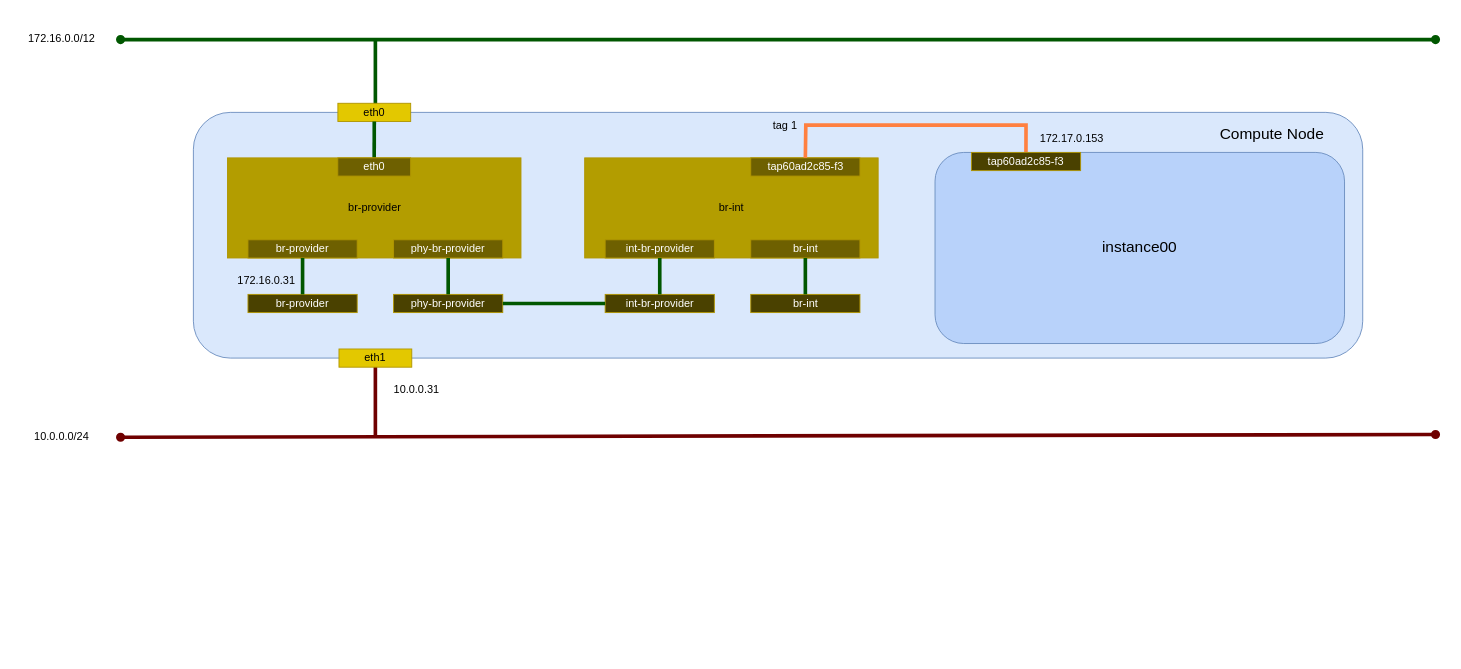
Above: _static/image/network_flat_instance_ovs.drawio in 9506hqwy/openstack_study_notes (draw.io), before the change. Source tidied: cells renumbered, new cells numbered last; positions are measured from the earlier drawing's top-left corner, leaving out a move shared by most shapes. Both pictures are drawn from the tidied source at 91%, with x=0, y=0 at pixel (15, 25).
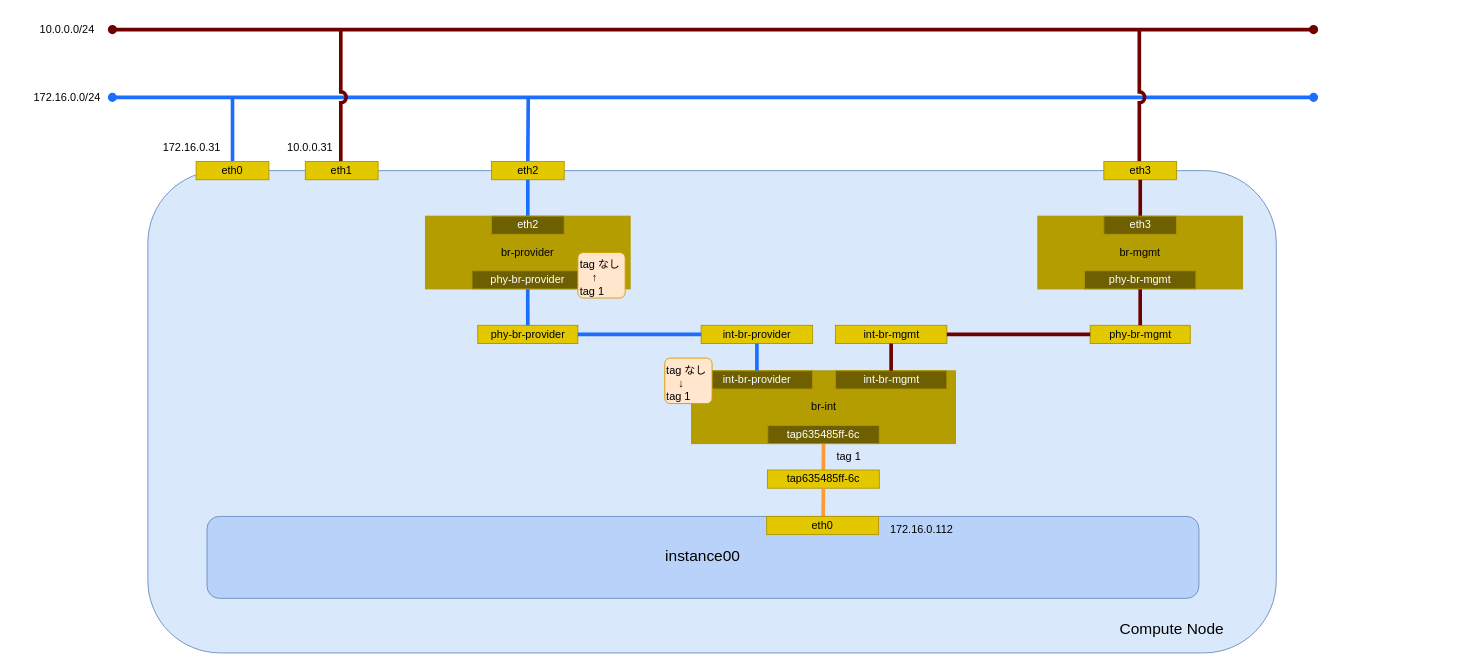
The same diagram, later.

Change to the diagram source:
```diff
@@
-    <mxCell id="2" style="endArrow=oval;html=1;rounded=0;startArrow=oval;startFill=1;endFill=1;strokeWidth=4;fillColor=#a20025;strokeColor=#6F0000;" parent="1" edge="1">
-      <mxGeometry relative="1" as="geometry">
-        <mxPoint x="115" y="453" as="sourcePoint" />
-        <mxPoint x="1560" y="450" as="targetPoint" />
-      </mxGeometry>
-    </mxCell>
-    <mxCell id="3" style="endArrow=oval;html=1;rounded=0;startArrow=oval;startFill=1;endFill=1;strokeWidth=4;fillColor=#008a00;strokeColor=#005700;" parent="1" edge="1">
-      <mxGeometry relative="1" as="geometry">
-        <mxPoint x="115" y="16" as="sourcePoint" />
-        <mxPoint x="1560" y="16" as="targetPoint" />
-      </mxGeometry>
-    </mxCell>
-    <mxCell id="4" value="172.16.0.0/12" style="text;html=1;align=center;verticalAlign=middle;strokeColor=none;fillColor=none;" parent="1" vertex="1">
-      <mxGeometry width="100" height="30" as="geometry" />
-    </mxCell>
+    <mxCell id="40" style="endArrow=oval;html=1;rounded=0;startArrow=oval;startFill=1;endFill=1;strokeWidth=4;fillColor=#a20025;strokeColor=#6F0000;" parent="1" edge="1">
+      <mxGeometry relative="1" as="geometry">
+        <mxPoint x="106" y="5" as="sourcePoint" />
+        <mxPoint x="1426" y="5" as="targetPoint" />
+      </mxGeometry>
+    </mxCell>
     <mxCell id="5" value="10.0.0.0/24" style="text;html=1;align=center;verticalAlign=middle;strokeColor=none;fillColor=none;" parent="1" vertex="1">
-      <mxGeometry x="10" y="438" width="80" height="30" as="geometry" />
+      <mxGeometry x="16" y="-10" width="80" height="30" as="geometry" />
     </mxCell>
-    <mxCell id="6" style="endArrow=none;html=1;rounded=0;startArrow=none;startFill=0;endFill=0;strokeWidth=4;fillColor=#008a00;strokeColor=#005700;exitX=0.5;exitY=1;exitDx=0;exitDy=0;" parent="1" edge="1">
-      <mxGeometry relative="1" as="geometry">
-        <mxPoint x="395" y="16" as="sourcePoint" />
-        <mxPoint x="395" y="96" as="targetPoint" />
-      </mxGeometry>
-    </mxCell>
-    <mxCell id="7" style="endArrow=none;html=1;rounded=0;startArrow=none;startFill=0;endFill=0;strokeWidth=4;fillColor=#a20025;strokeColor=#6F0000;exitX=0.5;exitY=1;exitDx=0;exitDy=0;" parent="1" edge="1">
-      <mxGeometry relative="1" as="geometry">
-        <mxPoint x="395" y="373" as="sourcePoint" />
-        <mxPoint x="395" y="453" as="targetPoint" />
-      </mxGeometry>
-    </mxCell>
+    <mxCell id="41" style="endArrow=oval;html=1;rounded=0;startArrow=oval;startFill=1;endFill=1;strokeWidth=4;fillColor=#a20025;strokeColor=#1C6EFF;" parent="1" edge="1">
+      <mxGeometry relative="1" as="geometry">
+        <mxPoint x="106" y="79.5" as="sourcePoint" />
+        <mxPoint x="1426" y="79.5" as="targetPoint" />
+      </mxGeometry>
+    </mxCell>
+    <mxCell id="42" value="172.16.0.0/24" style="text;html=1;align=center;verticalAlign=middle;strokeColor=none;fillColor=none;" parent="1" vertex="1">
+      <mxGeometry x="6" y="65" width="100" height="30" as="geometry" />
+    </mxCell>
+    <mxCell id="43" style="endArrow=none;html=1;rounded=0;startArrow=none;startFill=0;endFill=0;strokeWidth=4;fillColor=#a20025;strokeColor=#1C6EFF;jumpStyle=arc;" parent="1" edge="1">
+      <mxGeometry relative="1" as="geometry">
+        <mxPoint x="238" y="80" as="sourcePoint" />
+        <mxPoint x="238" y="160" as="targetPoint" />
+      </mxGeometry>
+    </mxCell>
+    <mxCell id="44" style="endArrow=none;html=1;rounded=0;startArrow=none;startFill=0;endFill=0;strokeWidth=4;fillColor=#a20025;strokeColor=#1C6EFF;jumpStyle=arc;" parent="1" edge="1">
+      <mxGeometry relative="1" as="geometry">
+        <mxPoint x="563" y="80" as="sourcePoint" />
+        <mxPoint x="562.5" y="150" as="targetPoint" />
+      </mxGeometry>
+    </mxCell>
+    <mxCell id="45" style="endArrow=none;html=1;rounded=0;startArrow=none;startFill=0;endFill=0;strokeWidth=4;fillColor=#a20025;strokeColor=#6F0000;jumpStyle=arc;" parent="1" edge="1">
+      <mxGeometry relative="1" as="geometry">
+        <mxPoint x="1234.5" y="6" as="sourcePoint" />
+        <mxPoint x="1234.5" y="160" as="targetPoint" />
+      </mxGeometry>
+    </mxCell>
+    <mxCell id="46" style="endArrow=none;html=1;rounded=0;startArrow=none;startFill=0;endFill=0;strokeWidth=4;fillColor=#a20025;strokeColor=#6F0000;jumpStyle=arc;" parent="1" edge="1">
+      <mxGeometry relative="1" as="geometry">
+        <mxPoint x="357" y="4" as="sourcePoint" />
+        <mxPoint x="357" y="160" as="targetPoint" />
+      </mxGeometry>
+    </mxCell>
@@
-    <mxCell id="9" style="rounded=1;whiteSpace=wrap;html=1;fillColor=#dae8fc;strokeColor=#6c8ebf;align=center;horizontal=1;" parent="8" vertex="1">
-      <mxGeometry x="195" y="96" width="1285" height="270" as="geometry" />
-    </mxCell>
+    <mxCell id="47" style="rounded=1;whiteSpace=wrap;html=1;fillColor=#dae8fc;strokeColor=#6c8ebf;" parent="8" vertex="1">
+      <mxGeometry x="145" y="160" width="1240" height="530" as="geometry" />
+    </mxCell>
     <mxCell id="10" value="eth1" style="rounded=0;whiteSpace=wrap;html=1;fillColor=#e3c800;fontColor=#000000;strokeColor=#B09500;" parent="8" vertex="1">
-      <mxGeometry x="355" y="356" width="80" height="20" as="geometry" />
+      <mxGeometry x="318" y="150" width="80" height="20" as="geometry" />
     </mxCell>
-    <mxCell id="11" value="eth0" style="rounded=0;whiteSpace=wrap;html=1;fillColor=#e3c800;fontColor=#000000;strokeColor=#B09500;" parent="8" vertex="1">
-      <mxGeometry x="353.8" y="86" width="80" height="20" as="geometry" />
-    </mxCell>
+    <mxCell id="48" value="eth0" style="rounded=0;whiteSpace=wrap;html=1;fillColor=#e3c800;fontColor=#000000;strokeColor=#B09500;" parent="8" vertex="1">
+      <mxGeometry x="198" y="150" width="80" height="20" as="geometry" />
+    </mxCell>
+    <mxCell id="13" value="172.16.0.31" style="text;html=1;align=center;verticalAlign=middle;strokeColor=none;fillColor=none;" parent="8" vertex="1">
+      <mxGeometry x="148" y="120" width="90" height="30" as="geometry" />
+    </mxCell>
+    <mxCell id="49" value="eth2" style="rounded=0;whiteSpace=wrap;html=1;fillColor=#e3c800;fontColor=#000000;strokeColor=#B09500;" parent="8" vertex="1">
+      <mxGeometry x="522.5" y="150" width="80" height="20" as="geometry" />
+    </mxCell>
+    <mxCell id="50" value="&lt;div&gt;eth3&lt;/div&gt;" style="rounded=0;whiteSpace=wrap;html=1;fillColor=#e3c800;fontColor=#000000;strokeColor=#B09500;" parent="8" vertex="1">
+      <mxGeometry x="1195.5" y="150" width="80" height="20" as="geometry" />
+    </mxCell>
     <mxCell id="12" value="10.0.0.31" style="text;html=1;align=center;verticalAlign=middle;strokeColor=none;fillColor=none;" parent="8" vertex="1">
-      <mxGeometry x="405" y="386" width="70" height="30" as="geometry" />
+      <mxGeometry x="288" y="120" width="70" height="30" as="geometry" />
     </mxCell>
-    <mxCell id="13" value="172.16.0.31" style="text;html=1;align=center;verticalAlign=middle;strokeColor=none;fillColor=none;" parent="8" vertex="1">
-      <mxGeometry x="230" y="266" width="90" height="30" as="geometry" />
-    </mxCell>
     <mxCell id="14" value="&lt;font style=&quot;font-size: 17px;&quot;&gt;Compute Node&lt;/font&gt;" style="text;html=1;align=center;verticalAlign=middle;strokeColor=none;fillColor=none;" parent="8" vertex="1">
-      <mxGeometry x="1310" y="106" width="140" height="30" as="geometry" />
+      <mxGeometry x="1200" y="650" width="140" height="30" as="geometry" />
     </mxCell>
-    <mxCell id="15" style="endArrow=none;html=1;rounded=0;startArrow=none;startFill=0;endFill=0;strokeWidth=4;fillColor=#008a00;strokeColor=#005700;exitX=0.5;exitY=1;exitDx=0;exitDy=0;entryX=0.5;entryY=0;entryDx=0;entryDy=0;" parent="8" edge="1" source="11" target="18">
-      <mxGeometry relative="1" as="geometry" />
-    </mxCell>
-    <mxCell id="16" style="group;" parent="8" vertex="1">
-      <mxGeometry x="232.5" y="146" width="322.5" height="110" as="geometry" />
-    </mxCell>
-    <mxCell id="17" value="br-provider" style="rounded=0;whiteSpace=wrap;html=1;fillColor=#B39D00;fontColor=#000000;strokeColor=#B09500;" parent="16" vertex="1">
-      <mxGeometry width="322.5" height="110" as="geometry" />
+    <mxCell id="17" value="br-provider" style="rounded=0;whiteSpace=wrap;html=1;fillColor=#B39D00;fontColor=#000000;strokeColor=#B09500;" parent="8" vertex="1">
+      <mxGeometry x="450" y="210" width="225" height="80" as="geometry" />
     </mxCell>
-    <mxCell id="18" value="&lt;font color=&quot;#ffffff&quot;&gt;eth0&lt;/font&gt;" style="rounded=0;whiteSpace=wrap;html=1;fillColor=#6E6000;fontColor=#000000;strokeColor=#B09500;" parent="16" vertex="1">
-      <mxGeometry x="121.2" width="80" height="20" as="geometry" />
-    </mxCell>
+    <mxCell id="25" value="phy-br-provider" style="rounded=0;whiteSpace=wrap;html=1;fillColor=#e3c800;fontColor=#000000;strokeColor=#B09500;" parent="8" vertex="1">
+      <mxGeometry x="507.5" y="330" width="110" height="20" as="geometry" />
+    </mxCell>
+    <mxCell id="51" style="endArrow=none;html=1;rounded=0;startArrow=none;startFill=0;endFill=0;strokeWidth=4;fillColor=#a20025;strokeColor=#1C6EFF;jumpStyle=arc;entryX=0.5;entryY=0;entryDx=0;entryDy=0;exitX=0.5;exitY=1;exitDx=0;exitDy=0;" parent="8" edge="1" source="49" target="52">
+      <mxGeometry relative="1" as="geometry" />
+    </mxCell>
+    <mxCell id="29" style="endArrow=none;html=1;rounded=0;startArrow=none;startFill=0;endFill=0;strokeWidth=4;fillColor=#a20025;strokeColor=#1C6EFF;jumpStyle=arc;entryX=0.5;entryY=0;entryDx=0;entryDy=0;exitX=0.5;exitY=1;exitDx=0;exitDy=0;" parent="8" edge="1" source="19" target="25">
+      <mxGeometry relative="1" as="geometry" />
+    </mxCell>
+    <mxCell id="52" value="&lt;font color=&quot;#ffffff&quot;&gt;eth2&lt;/font&gt;" style="rounded=0;whiteSpace=wrap;html=1;fillColor=#6E6000;fontColor=#000000;strokeColor=#B09500;" parent="8" vertex="1">
+      <mxGeometry x="522.5" y="210" width="80" height="20" as="geometry" />
+    </mxCell>
-    <mxCell id="19" value="&lt;font color=&quot;#ffffff&quot;&gt;phy-br-provider&lt;/font&gt;" style="rounded=0;whiteSpace=wrap;html=1;fillColor=#6E6000;fontColor=#000000;strokeColor=#B09500;" parent="16" vertex="1">
-      <mxGeometry x="182.5" y="90" width="120" height="20" as="geometry" />
+    <mxCell id="19" value="&lt;font color=&quot;#ffffff&quot;&gt;phy-br-provider&lt;/font&gt;" style="rounded=0;whiteSpace=wrap;html=1;fillColor=#6E6000;fontColor=#000000;strokeColor=#B09500;" parent="8" vertex="1">
+      <mxGeometry x="501.2" y="270" width="122.5" height="20" as="geometry" />
     </mxCell>
-    <mxCell id="20" value="&lt;font color=&quot;#ffffff&quot;&gt;br-provider&lt;/font&gt;" style="rounded=0;whiteSpace=wrap;html=1;fillColor=#6E6000;fontColor=#000000;strokeColor=#B09500;" parent="16" vertex="1">
-      <mxGeometry x="22.5" y="90" width="120" height="20" as="geometry" />
-    </mxCell>
+    <mxCell id="53" value="br-mgmt" style="rounded=0;whiteSpace=wrap;html=1;fillColor=#B39D00;fontColor=#000000;strokeColor=#B09500;" parent="8" vertex="1">
+      <mxGeometry x="1123" y="210" width="225" height="80" as="geometry" />
+    </mxCell>
+    <mxCell id="54" value="phy-br-mgmt" style="rounded=0;whiteSpace=wrap;html=1;fillColor=#e3c800;fontColor=#000000;strokeColor=#B09500;" parent="8" vertex="1">
+      <mxGeometry x="1180.5" y="330" width="110" height="20" as="geometry" />
+    </mxCell>
+    <mxCell id="55" style="endArrow=none;html=1;rounded=0;startArrow=none;startFill=0;endFill=0;strokeWidth=4;fillColor=#a20025;strokeColor=#6F0000;jumpStyle=arc;entryX=0.5;entryY=0;entryDx=0;entryDy=0;exitX=0.5;exitY=1;exitDx=0;exitDy=0;" parent="8" edge="1" source="50" target="57">
+      <mxGeometry relative="1" as="geometry" />
+    </mxCell>
+    <mxCell id="56" style="endArrow=none;html=1;rounded=0;startArrow=none;startFill=0;endFill=0;strokeWidth=4;fillColor=#a20025;strokeColor=#6F0000;jumpStyle=arc;entryX=0.5;entryY=0;entryDx=0;entryDy=0;exitX=0.5;exitY=1;exitDx=0;exitDy=0;" parent="8" edge="1" source="58" target="54">
+      <mxGeometry relative="1" as="geometry" />
+    </mxCell>
+    <mxCell id="57" value="&lt;font color=&quot;#ffffff&quot;&gt;eth3&lt;/font&gt;" style="rounded=0;whiteSpace=wrap;html=1;fillColor=#6E6000;fontColor=#000000;strokeColor=#B09500;" parent="8" vertex="1">
+      <mxGeometry x="1195.5" y="210" width="80" height="20" as="geometry" />
+    </mxCell>
+    <mxCell id="58" value="&lt;font color=&quot;#ffffff&quot;&gt;phy-br-mgmt&lt;/font&gt;" style="rounded=0;whiteSpace=wrap;html=1;fillColor=#6E6000;fontColor=#000000;strokeColor=#B09500;" parent="8" vertex="1">
+      <mxGeometry x="1174.2" y="270" width="122.5" height="20" as="geometry" />
+    </mxCell>
     <mxCell id="21" value="br-int" style="rounded=0;whiteSpace=wrap;html=1;fillColor=#B39D00;fontColor=#000000;strokeColor=#B09500;" parent="8" vertex="1">
-      <mxGeometry x="625" y="146" width="322.5" height="110" as="geometry" />
+      <mxGeometry x="742.5" y="380" width="290" height="80" as="geometry" />
     </mxCell>
-    <mxCell id="22" value="&lt;font color=&quot;#ffffff&quot;&gt;br-int&lt;/font&gt;" style="rounded=0;whiteSpace=wrap;html=1;fillColor=#6E6000;fontColor=#000000;strokeColor=#B09500;" parent="8" vertex="1">
-      <mxGeometry x="807.5" y="236" width="120" height="20" as="geometry" />
-    </mxCell>
     <mxCell id="23" value="&lt;font color=&quot;#ffffff&quot;&gt;int-br-provider&lt;/font&gt;" style="rounded=0;whiteSpace=wrap;html=1;fillColor=#6E6000;fontColor=#000000;strokeColor=#B09500;" parent="8" vertex="1">
-      <mxGeometry x="647.5" y="236" width="120" height="20" as="geometry" />
+      <mxGeometry x="753" y="380" width="122.5" height="20" as="geometry" />
     </mxCell>
-    <mxCell id="24" value="&lt;font color=&quot;#ffffff&quot;&gt;br-provider&lt;/font&gt;" style="rounded=0;whiteSpace=wrap;html=1;fillColor=#4A4100;fontColor=#000000;strokeColor=#B09500;" parent="8" vertex="1">
-      <mxGeometry x="255" y="296" width="120" height="20" as="geometry" />
-    </mxCell>
-    <mxCell id="25" value="&lt;font color=&quot;#ffffff&quot;&gt;phy-br-provider&lt;/font&gt;" style="rounded=0;whiteSpace=wrap;html=1;fillColor=#4A4100;fontColor=#000000;strokeColor=#B09500;" parent="8" vertex="1">
-      <mxGeometry x="415" y="296" width="120" height="20" as="geometry" />
-    </mxCell>
+    <mxCell id="59" value="&lt;font color=&quot;#ffffff&quot;&gt;int-br-mgmt&lt;/font&gt;" style="rounded=0;whiteSpace=wrap;html=1;fillColor=#6E6000;fontColor=#000000;strokeColor=#B09500;" parent="8" vertex="1">
+      <mxGeometry x="900.5" y="380" width="122.5" height="20" as="geometry" />
+    </mxCell>
-    <mxCell id="26" value="&lt;font color=&quot;#ffffff&quot;&gt;int-br-provider&lt;/font&gt;" style="rounded=0;whiteSpace=wrap;html=1;fillColor=#4A4100;fontColor=#000000;strokeColor=#B09500;" parent="8" vertex="1">
-      <mxGeometry x="647.5" y="296" width="120" height="20" as="geometry" />
+    <mxCell id="26" value="int-br-provider" style="rounded=0;whiteSpace=wrap;html=1;fillColor=#e3c800;fontColor=#000000;strokeColor=#B09500;" parent="8" vertex="1">
+      <mxGeometry x="753" y="330" width="122.5" height="20" as="geometry" />
     </mxCell>
-    <mxCell id="27" value="&lt;font color=&quot;#ffffff&quot;&gt;br-int&lt;/font&gt;" style="rounded=0;whiteSpace=wrap;html=1;fillColor=#4A4100;fontColor=#000000;strokeColor=#B09500;" parent="8" vertex="1">
-      <mxGeometry x="807.5" y="296" width="120" height="20" as="geometry" />
-    </mxCell>
-    <mxCell id="28" style="endArrow=none;html=1;rounded=0;startArrow=none;startFill=0;endFill=0;strokeWidth=4;fillColor=#008a00;strokeColor=#005700;exitX=0.5;exitY=1;exitDx=0;exitDy=0;entryX=0.5;entryY=0;entryDx=0;entryDy=0;" parent="8" edge="1" source="20" target="24">
-      <mxGeometry relative="1" as="geometry" />
-    </mxCell>
-    <mxCell id="29" style="endArrow=none;html=1;rounded=0;startArrow=none;startFill=0;endFill=0;strokeWidth=4;fillColor=#008a00;strokeColor=#005700;exitX=0.5;exitY=1;exitDx=0;exitDy=0;" parent="8" edge="1" source="19" target="25">
-      <mxGeometry relative="1" as="geometry" />
-    </mxCell>
-    <mxCell id="30" style="endArrow=none;html=1;rounded=0;startArrow=none;startFill=0;endFill=0;strokeWidth=4;fillColor=#008a00;strokeColor=#005700;exitX=0;exitY=0.5;exitDx=0;exitDy=0;entryX=1;entryY=0.5;entryDx=0;entryDy=0;" parent="8" edge="1" source="26" target="25">
-      <mxGeometry relative="1" as="geometry" />
-    </mxCell>
-    <mxCell id="31" style="endArrow=none;html=1;rounded=0;startArrow=none;startFill=0;endFill=0;strokeWidth=4;fillColor=#008a00;strokeColor=#005700;exitX=0.5;exitY=1;exitDx=0;exitDy=0;" parent="8" edge="1" source="23" target="26">
-      <mxGeometry relative="1" as="geometry" />
-    </mxCell>
-    <mxCell id="32" style="endArrow=none;html=1;rounded=0;startArrow=none;startFill=0;endFill=0;strokeWidth=4;fillColor=#008a00;strokeColor=#005700;exitX=0.5;exitY=1;exitDx=0;exitDy=0;entryX=0.5;entryY=0;entryDx=0;entryDy=0;" parent="8" edge="1" source="22" target="27">
-      <mxGeometry relative="1" as="geometry" />
-    </mxCell>
-    <mxCell id="33" value="&lt;font color=&quot;#ffffff&quot;&gt;tap60ad2c85-f3&lt;/font&gt;" style="rounded=0;whiteSpace=wrap;html=1;fillColor=#6E6000;fontColor=#000000;strokeColor=#B09500;" parent="8" vertex="1">
-      <mxGeometry x="807.5" y="146" width="120" height="20" as="geometry" />
-    </mxCell>
-    <mxCell id="34" style="endArrow=none;html=1;rounded=0;startArrow=none;startFill=0;endFill=0;strokeWidth=4;fillColor=#008a00;strokeColor=#ff8040;exitX=0.712;exitY=0.163;exitDx=0;exitDy=0;entryX=0.5;entryY=0;entryDx=0;entryDy=0;exitPerimeter=0;" parent="8" edge="1" source="9" target="33">
-      <mxGeometry relative="1" as="geometry">
-        <Array as="points">
-          <mxPoint x="1110" y="110" />
-          <mxPoint x="868" y="110" />
-        </Array>
-      </mxGeometry>
-    </mxCell>
+    <mxCell id="60" value="int-br-mgmt" style="rounded=0;whiteSpace=wrap;html=1;fillColor=#e3c800;fontColor=#000000;strokeColor=#B09500;" parent="8" vertex="1">
+      <mxGeometry x="900.5" y="330" width="122.5" height="20" as="geometry" />
+    </mxCell>
+    <mxCell id="61" style="endArrow=none;html=1;rounded=0;startArrow=none;startFill=0;endFill=0;strokeWidth=4;fillColor=#a20025;strokeColor=#1C6EFF;jumpStyle=arc;entryX=0;entryY=0.5;entryDx=0;entryDy=0;exitX=1;exitY=0.5;exitDx=0;exitDy=0;" parent="8" edge="1" source="25" target="26">
+      <mxGeometry relative="1" as="geometry" />
+    </mxCell>
+    <mxCell id="62" style="endArrow=none;html=1;rounded=0;startArrow=none;startFill=0;endFill=0;strokeWidth=4;fillColor=#a20025;strokeColor=#FF9933;jumpStyle=arc;exitX=0.5;exitY=1;exitDx=0;exitDy=0;entryX=0.5;entryY=0;entryDx=0;entryDy=0;" parent="8" edge="1" source="65" target="69">
+      <mxGeometry relative="1" as="geometry" />
+    </mxCell>
+    <mxCell id="63" style="endArrow=none;html=1;rounded=0;startArrow=none;startFill=0;endFill=0;strokeWidth=4;fillColor=#a20025;strokeColor=#6F0000;jumpStyle=arc;entryX=1;entryY=0.5;entryDx=0;entryDy=0;exitX=0;exitY=0.5;exitDx=0;exitDy=0;" parent="8" edge="1" source="54" target="60">
+      <mxGeometry relative="1" as="geometry" />
+    </mxCell>
+    <mxCell id="64" style="endArrow=none;html=1;rounded=0;startArrow=none;startFill=0;endFill=0;strokeWidth=4;fillColor=#a20025;strokeColor=#6F0000;jumpStyle=arc;entryX=0.5;entryY=0;entryDx=0;entryDy=0;exitX=0.5;exitY=1;exitDx=0;exitDy=0;" parent="8" edge="1" source="60" target="59">
+      <mxGeometry relative="1" as="geometry" />
+    </mxCell>
+    <mxCell id="65" value="&lt;font color=&quot;#ffffff&quot;&gt;tap635485ff-6c&lt;/font&gt;" style="rounded=0;whiteSpace=wrap;html=1;fillColor=#6E6000;fontColor=#000000;strokeColor=#B09500;" parent="8" vertex="1">
+      <mxGeometry x="826.2" y="440" width="122.5" height="20" as="geometry" />
+    </mxCell>
     <mxCell id="35" value="tag 1" style="text;html=1;align=center;verticalAlign=middle;strokeColor=none;fillColor=none;" parent="8" vertex="1">
-      <mxGeometry x="820" y="96" width="50" height="30" as="geometry" />
+      <mxGeometry x="890" y="459" width="50" height="30" as="geometry" />
     </mxCell>
-    <mxCell id="36" parent="0" />
+    <mxCell id="66" style="endArrow=none;html=1;rounded=0;startArrow=none;startFill=0;endFill=0;strokeWidth=4;fillColor=#a20025;strokeColor=#1C6EFF;jumpStyle=arc;entryX=0.5;entryY=0;entryDx=0;entryDy=0;exitX=0.5;exitY=1;exitDx=0;exitDy=0;" parent="8" edge="1" source="26" target="23">
+      <mxGeometry relative="1" as="geometry" />
+    </mxCell>
+    <mxCell id="67" value="&lt;div&gt;tag なし&lt;br&gt;&lt;/div&gt;&lt;div&gt;&amp;nbsp;&amp;nbsp;&amp;nbsp; ↓&lt;br&gt;&lt;/div&gt;&lt;div&gt;tag 1&lt;br&gt;&lt;/div&gt;" style="text;html=1;whiteSpace=wrap;overflow=hidden;rounded=1;fillColor=#ffe6cc;strokeColor=#d79b00;arcSize=12;" parent="8" vertex="1">
+      <mxGeometry x="713" y="366" width="52" height="50" as="geometry" />
+    </mxCell>
+    <mxCell id="68" value="&lt;div&gt;tag なし&lt;br&gt;&lt;/div&gt;&lt;div&gt;&amp;nbsp;&amp;nbsp;&amp;nbsp; ↑&lt;br&gt;&lt;/div&gt;&lt;div&gt;tag 1&lt;br&gt;&lt;/div&gt;" style="text;html=1;whiteSpace=wrap;overflow=hidden;rounded=1;fillColor=#ffe6cc;strokeColor=#d79b00;arcSize=12;" parent="8" vertex="1">
+      <mxGeometry x="617.5" y="250" width="52" height="50" as="geometry" />
+    </mxCell>
+    <mxCell id="69" value="tap635485ff-6c" style="rounded=0;whiteSpace=wrap;html=1;fillColor=#e3c800;fontColor=#000000;strokeColor=#B09500;" parent="8" vertex="1">
+      <mxGeometry x="825.8" y="489" width="123" height="20" as="geometry" />
+    </mxCell>
+    <mxCell id="70" style="endArrow=none;html=1;rounded=0;startArrow=none;startFill=0;endFill=0;strokeWidth=4;fillColor=#a20025;strokeColor=#FF9933;jumpStyle=arc;exitX=0.5;exitY=1;exitDx=0;exitDy=0;" parent="8" edge="1" source="69">
+      <mxGeometry relative="1" as="geometry">
+        <mxPoint x="887" y="550" as="targetPoint" />
+      </mxGeometry>
+    </mxCell>
+    <mxCell id="71" parent="0" />
-    <mxCell id="37" value="&lt;font style=&quot;font-size: 17px;&quot;&gt;instance00&lt;/font&gt;" style="rounded=1;whiteSpace=wrap;html=1;fillColor=#b8d2fa;strokeColor=#6c8ebf;align=center;horizontal=1;" parent="36" vertex="1">
-      <mxGeometry x="1010" y="140" width="450" height="210" as="geometry" />
+    <mxCell id="37" value="&lt;font style=&quot;font-size: 17px;&quot;&gt;instance00&lt;/font&gt;" style="rounded=1;whiteSpace=wrap;html=1;fillColor=#b8d2fa;strokeColor=#6c8ebf;align=center;horizontal=1;" parent="71" vertex="1">
+      <mxGeometry x="210" y="540" width="1090" height="90" as="geometry" />
     </mxCell>
-    <mxCell id="38" value="172.17.0.153" style="text;html=1;align=center;verticalAlign=middle;strokeColor=none;fillColor=none;" parent="36" vertex="1">
-      <mxGeometry x="1110" y="110" width="100" height="30" as="geometry" />
-    </mxCell>
-    <mxCell id="39" value="&lt;font color=&quot;#ffffff&quot;&gt;tap60ad2c85-f3&lt;/font&gt;" style="rounded=0;whiteSpace=wrap;html=1;fillColor=#4A4100;fontColor=#000000;strokeColor=#B09500;" parent="36" vertex="1">
-      <mxGeometry x="1050" y="140" width="120" height="20" as="geometry" />
-    </mxCell>
+    <mxCell id="72" value="172.16.0.112" style="text;html=1;align=center;verticalAlign=middle;strokeColor=none;fillColor=none;" parent="71" vertex="1">
+      <mxGeometry x="950" y="540" width="90" height="30" as="geometry" />
+    </mxCell>
+    <mxCell id="73" value="eth0" style="rounded=0;whiteSpace=wrap;html=1;fillColor=#e3c800;fontColor=#000000;strokeColor=#B09500;" parent="71" vertex="1">
+      <mxGeometry x="825" y="540" width="123" height="20" as="geometry" />
+    </mxCell>
```
